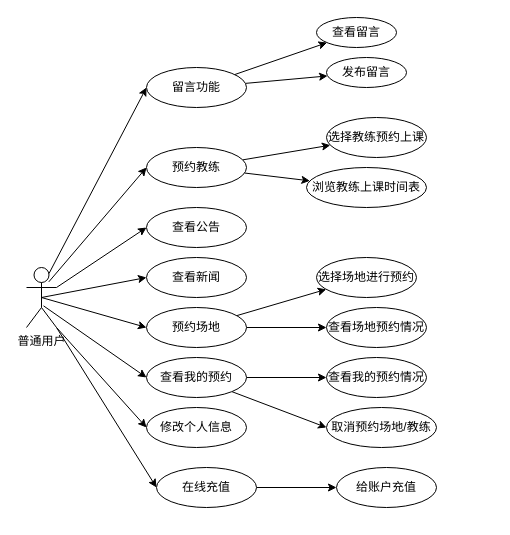
This is page "普通用户用例" (3 of 9) of 未命名绘图.drawio from 194568/test1, a draw.io file, before an edit. Source tidied: cells renumbered, new cells numbered last; positions are measured from the earlier drawing's top-left corner, leaving out a move shared by most shapes. Both pictures are drawn from the tidied source at 100%, with x=0, y=0 at pixel (26, 17).
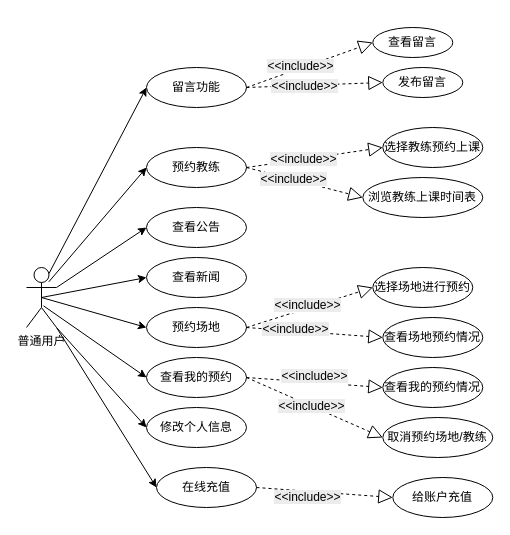
The same page after the edit.

Unchanged cells that the change refers to:
```xml
<mxCell id="13" value="留言功能" style="ellipse;whiteSpace=wrap;html=1;" parent="1" vertex="1">
  <mxGeometry x="120" y="50" width="100" height="40" as="geometry" />
</mxCell>
<mxCell id="16" value="预约教练" style="ellipse;whiteSpace=wrap;html=1;" parent="1" vertex="1">
  <mxGeometry x="120" y="130" width="100" height="40" as="geometry" />
</mxCell>
<mxCell id="21" value="预约场地" style="ellipse;whiteSpace=wrap;html=1;" parent="1" vertex="1">
  <mxGeometry x="120" y="290" width="100" height="40" as="geometry" />
</mxCell>
<mxCell id="24" value="查看我的预约" style="ellipse;whiteSpace=wrap;html=1;" parent="1" vertex="1">
  <mxGeometry x="120" y="340" width="100" height="40" as="geometry" />
</mxCell>
<mxCell id="27" value="在线充值" style="ellipse;whiteSpace=wrap;html=1;" parent="1" vertex="1">
  <mxGeometry x="130" y="450" width="100" height="40" as="geometry" />
</mxCell>
```

Diff of the diagram source:
```diff
@@
-    <mxCell id="11" style="rounded=0;jettySize=auto;html=1;" parent="1" edge="1" source="13" target="28">
-      <mxGeometry relative="1" as="geometry" />
-    </mxCell>
-    <mxCell id="12" style="rounded=0;jettySize=auto;html=1;" parent="1" edge="1" source="13" target="29">
-      <mxGeometry relative="1" as="geometry" />
-    </mxCell>
@@
-    <mxCell id="14" style="rounded=0;jettySize=auto;html=1;" parent="1" edge="1" source="16" target="30">
-      <mxGeometry relative="1" as="geometry" />
-    </mxCell>
-    <mxCell id="15" style="rounded=0;jettySize=auto;html=1;" parent="1" edge="1" source="16" target="31">
-      <mxGeometry relative="1" as="geometry" />
-    </mxCell>
@@
-    <mxCell id="19" style="rounded=0;jettySize=auto;html=1;" parent="1" edge="1" source="21" target="32">
-      <mxGeometry relative="1" as="geometry" />
-    </mxCell>
-    <mxCell id="20" style="rounded=0;jettySize=auto;html=1;" parent="1" edge="1" source="21" target="33">
-      <mxGeometry relative="1" as="geometry" />
-    </mxCell>
@@
-    <mxCell id="22" style="rounded=0;jettySize=auto;html=1;entryX=0;entryY=0.5;entryDx=0;entryDy=0;" parent="1" edge="1" source="24" target="34">
-      <mxGeometry relative="1" as="geometry" />
-    </mxCell>
-    <mxCell id="23" style="rounded=0;jettySize=auto;html=1;exitX=1;exitY=1;exitDx=0;exitDy=0;entryX=0;entryY=0.5;entryDx=0;entryDy=0;" parent="1" edge="1" source="24" target="35">
-      <mxGeometry relative="1" as="geometry" />
-    </mxCell>
@@
-    <mxCell id="26" style="edgeStyle=orthogonalEdgeStyle;rounded=0;jettySize=auto;html=1;" parent="1" edge="1" source="27" target="36">
-      <mxGeometry relative="1" as="geometry" />
-    </mxCell>
@@
     <mxCell id="28" value="查看留言" style="ellipse;whiteSpace=wrap;html=1;" parent="1" vertex="1">
-      <mxGeometry x="290" width="80" height="30" as="geometry" />
+      <mxGeometry x="346.3" y="10" width="80" height="30" as="geometry" />
     </mxCell>
     <mxCell id="29" value="发布留言" style="ellipse;whiteSpace=wrap;html=1;" parent="1" vertex="1">
-      <mxGeometry x="300" y="40" width="80" height="30" as="geometry" />
+      <mxGeometry x="356.3" y="50" width="80" height="30" as="geometry" />
     </mxCell>
     <mxCell id="30" value="选择教练预约上课" style="ellipse;whiteSpace=wrap;html=1;" parent="1" vertex="1">
-      <mxGeometry x="300" y="100" width="100" height="40" as="geometry" />
+      <mxGeometry x="356.3" y="110" width="100" height="40" as="geometry" />
     </mxCell>
     <mxCell id="31" value="浏览教练上课时间表" style="ellipse;whiteSpace=wrap;html=1;" parent="1" vertex="1">
-      <mxGeometry x="280" y="150" width="120" height="40" as="geometry" />
+      <mxGeometry x="336.3" y="160" width="120" height="40" as="geometry" />
     </mxCell>
     <mxCell id="32" value="选择场地进行预约" style="ellipse;whiteSpace=wrap;html=1;" parent="1" vertex="1">
-      <mxGeometry x="290" y="240" width="100" height="40" as="geometry" />
+      <mxGeometry x="346.3" y="250" width="100" height="40" as="geometry" />
     </mxCell>
     <mxCell id="33" value="查看场地预约情况" style="ellipse;whiteSpace=wrap;html=1;" parent="1" vertex="1">
-      <mxGeometry x="300" y="290" width="100" height="40" as="geometry" />
+      <mxGeometry x="356.3" y="300" width="100" height="40" as="geometry" />
     </mxCell>
     <mxCell id="34" value="查看我的预约情况" style="ellipse;whiteSpace=wrap;html=1;" parent="1" vertex="1">
-      <mxGeometry x="300" y="340" width="100" height="40" as="geometry" />
+      <mxGeometry x="356.3" y="350" width="100" height="40" as="geometry" />
     </mxCell>
     <mxCell id="35" value="取消预约场地/教练" style="ellipse;whiteSpace=wrap;html=1;" parent="1" vertex="1">
-      <mxGeometry x="300" y="390" width="110" height="40" as="geometry" />
+      <mxGeometry x="356.3" y="400" width="110" height="40" as="geometry" />
     </mxCell>
     <mxCell id="36" value="给账户充值" style="ellipse;whiteSpace=wrap;html=1;" parent="1" vertex="1">
-      <mxGeometry x="310" y="450" width="100" height="40" as="geometry" />
+      <mxGeometry x="366.3" y="460" width="100" height="40" as="geometry" />
     </mxCell>
+    <mxCell id="11" style="endArrow=block;dashed=1;endFill=0;endSize=12;html=1;rounded=0;exitX=1;exitY=0.5;exitDx=0;exitDy=0;entryX=0;entryY=0.5;entryDx=0;entryDy=0;" parent="1" edge="1" source="13" target="28">
+      <mxGeometry relative="1" as="geometry" />
+    </mxCell>
+    <mxCell id="37" value="&lt;span style=&quot;font-size: 12px; text-align: left; white-space: normal; background-color: rgb(236, 236, 236);&quot;&gt;&amp;lt;&amp;lt;include&amp;gt;&amp;gt;&lt;/span&gt;" style="edgeLabel;html=1;align=center;verticalAlign=middle;" parent="11" vertex="1">
+      <mxGeometry x="-0.13" y="2" relative="1" as="geometry" />
+    </mxCell>
+    <mxCell id="12" style="endArrow=block;dashed=1;endFill=0;endSize=12;html=1;rounded=0;exitX=1;exitY=0.5;exitDx=0;exitDy=0;entryX=0;entryY=0.5;entryDx=0;entryDy=0;" parent="1" edge="1" source="13" target="29">
+      <mxGeometry relative="1" as="geometry" />
+    </mxCell>
+    <mxCell id="38" value="&lt;span style=&quot;font-size: 12px; text-align: left; white-space: normal; background-color: rgb(236, 236, 236);&quot;&gt;&amp;lt;&amp;lt;include&amp;gt;&amp;gt;&lt;/span&gt;" style="edgeLabel;html=1;align=center;verticalAlign=middle;" parent="12" vertex="1">
+      <mxGeometry x="-0.15" y="-1" relative="1" as="geometry" />
+    </mxCell>
+    <mxCell id="14" style="endArrow=block;dashed=1;endFill=0;endSize=12;html=1;rounded=0;exitX=1;exitY=0.5;exitDx=0;exitDy=0;entryX=0;entryY=0.5;entryDx=0;entryDy=0;" parent="1" edge="1" source="16" target="30">
+      <mxGeometry relative="1" as="geometry" />
+    </mxCell>
+    <mxCell id="39" value="&lt;span style=&quot;font-size: 12px; text-align: left; white-space: normal; background-color: rgb(236, 236, 236);&quot;&gt;&amp;lt;&amp;lt;include&amp;gt;&amp;gt;&lt;/span&gt;" style="edgeLabel;html=1;align=center;verticalAlign=middle;" parent="14" vertex="1">
+      <mxGeometry x="-0.17" relative="1" as="geometry" />
+    </mxCell>
+    <mxCell id="15" style="endArrow=block;dashed=1;endFill=0;endSize=12;html=1;rounded=0;exitX=1;exitY=0.5;exitDx=0;exitDy=0;entryX=0;entryY=0.5;entryDx=0;entryDy=0;" parent="1" edge="1" source="16" target="31">
+      <mxGeometry relative="1" as="geometry" />
+    </mxCell>
+    <mxCell id="40" value="&lt;span style=&quot;font-size: 12px; text-align: left; white-space: normal; background-color: rgb(236, 236, 236);&quot;&gt;&amp;lt;&amp;lt;include&amp;gt;&amp;gt;&lt;/span&gt;" style="edgeLabel;html=1;align=center;verticalAlign=middle;" parent="15" vertex="1">
+      <mxGeometry x="-0.2" relative="1" as="geometry" />
+    </mxCell>
+    <mxCell id="19" style="endArrow=block;dashed=1;endFill=0;endSize=12;html=1;rounded=0;exitX=1;exitY=0.5;exitDx=0;exitDy=0;entryX=0;entryY=0.5;entryDx=0;entryDy=0;" parent="1" edge="1" source="21" target="32">
+      <mxGeometry relative="1" as="geometry" />
+    </mxCell>
+    <mxCell id="41" value="&lt;span style=&quot;font-size: 12px; text-align: left; white-space: normal; background-color: rgb(236, 236, 236);&quot;&gt;&amp;lt;&amp;lt;include&amp;gt;&amp;gt;&lt;/span&gt;" style="edgeLabel;html=1;align=center;verticalAlign=middle;" parent="19" vertex="1">
+      <mxGeometry x="-0.03" y="3" relative="1" as="geometry" />
+    </mxCell>
+    <mxCell id="20" style="endArrow=block;dashed=1;endFill=0;endSize=12;html=1;rounded=0;exitX=1;exitY=0.5;exitDx=0;exitDy=0;entryX=0;entryY=0.5;entryDx=0;entryDy=0;" parent="1" edge="1" source="21" target="33">
+      <mxGeometry relative="1" as="geometry" />
+    </mxCell>
+    <mxCell id="42" value="&lt;span style=&quot;font-size: 12px; text-align: left; white-space: normal; background-color: rgb(236, 236, 236);&quot;&gt;&amp;lt;&amp;lt;include&amp;gt;&amp;gt;&lt;/span&gt;" style="edgeLabel;html=1;align=center;verticalAlign=middle;" parent="20" vertex="1">
+      <mxGeometry x="-0.3" y="2" relative="1" as="geometry" />
+    </mxCell>
+    <mxCell id="22" value="&#10;&lt;span style=&quot;color: rgb(0, 0, 0); font-family: Helvetica; font-size: 12px; font-style: normal; font-variant-ligatures: normal; font-variant-caps: normal; font-weight: 400; letter-spacing: normal; orphans: 2; text-align: left; text-indent: 0px; text-transform: none; white-space: normal; widows: 2; word-spacing: 0px; -webkit-text-stroke-width: 0px; background-color: rgb(236, 236, 236); text-decoration-thickness: initial; text-decoration-style: initial; text-decoration-color: initial; display: inline !important; float: none;&quot;&gt;&amp;lt;&amp;lt;include&amp;gt;&amp;gt;&lt;/span&gt;&#10;&#10;" style="endArrow=block;dashed=1;endFill=0;endSize=12;html=1;rounded=0;exitX=1;exitY=0.5;exitDx=0;exitDy=0;entryX=0;entryY=0.5;entryDx=0;entryDy=0;" parent="1" edge="1" source="24" target="34">
+      <mxGeometry relative="1" as="geometry" />
+    </mxCell>
+    <mxCell id="23" style="endArrow=block;dashed=1;endFill=0;endSize=12;html=1;rounded=0;exitX=1;exitY=0.5;exitDx=0;exitDy=0;entryX=0;entryY=0.5;entryDx=0;entryDy=0;" parent="1" edge="1" source="24" target="35">
+      <mxGeometry relative="1" as="geometry" />
+    </mxCell>
+    <mxCell id="43" value="&lt;span style=&quot;font-size: 12px; text-align: left; white-space: normal; background-color: rgb(236, 236, 236);&quot;&gt;&amp;lt;&amp;lt;include&amp;gt;&amp;gt;&lt;/span&gt;" style="edgeLabel;html=1;align=center;verticalAlign=middle;" parent="23" vertex="1">
+      <mxGeometry x="-0.04" relative="1" as="geometry" />
+    </mxCell>
+    <mxCell id="26" style="endArrow=block;dashed=1;endFill=0;endSize=12;html=1;rounded=0;exitX=1;exitY=0.5;exitDx=0;exitDy=0;entryX=0;entryY=0.5;entryDx=0;entryDy=0;" parent="1" edge="1" source="27" target="36">
+      <mxGeometry relative="1" as="geometry" />
+    </mxCell>
+    <mxCell id="44" value="&lt;span style=&quot;font-size: 12px; text-align: left; white-space: normal; background-color: rgb(236, 236, 236);&quot;&gt;&amp;lt;&amp;lt;include&amp;gt;&amp;gt;&lt;/span&gt;" style="edgeLabel;html=1;align=center;verticalAlign=middle;" parent="26" vertex="1">
+      <mxGeometry x="-0.42" y="-1" relative="1" as="geometry">
+        <mxPoint x="11" y="6" as="offset" />
+      </mxGeometry>
+    </mxCell>
```
